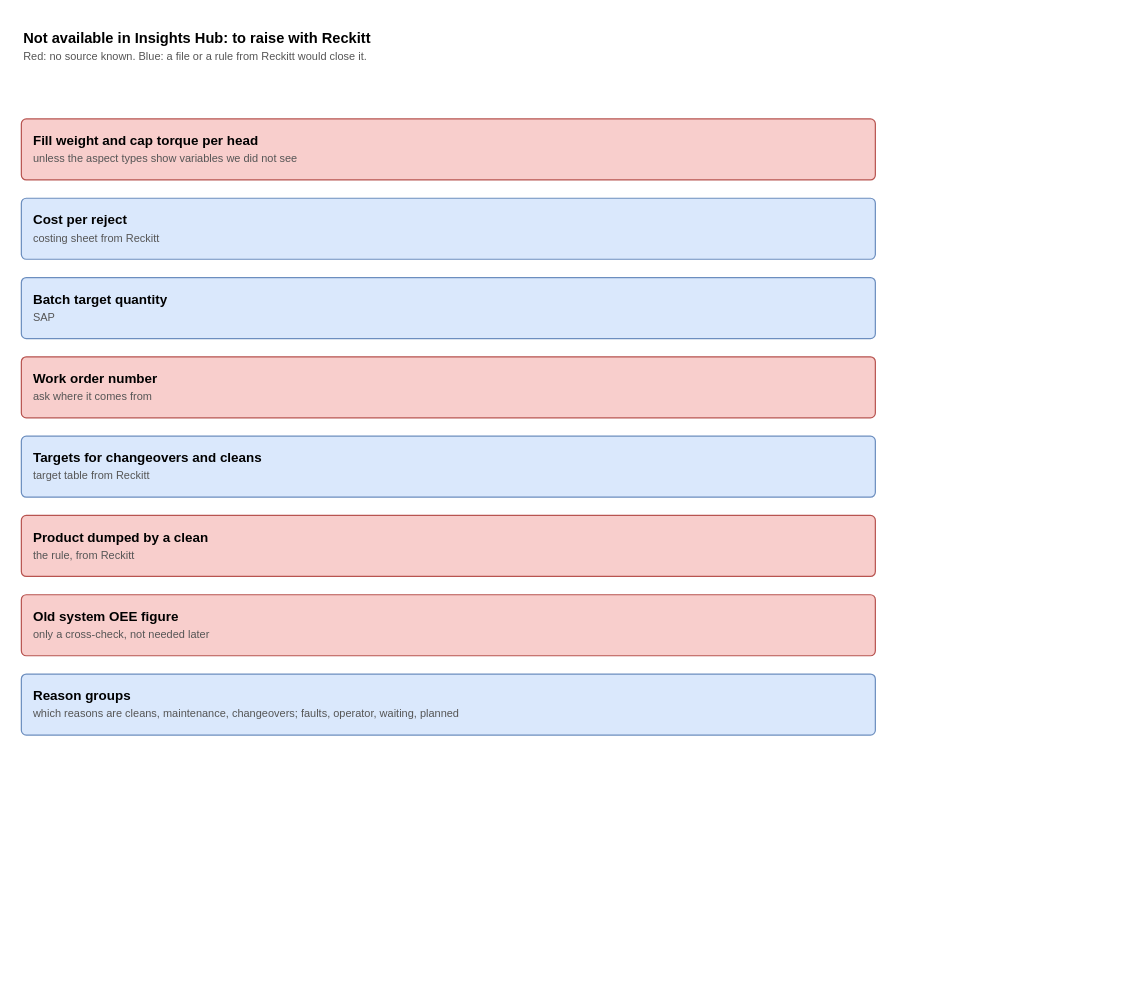
Above: page "Not available" (3 of 3) of diagrams/shift-report-data-map.drawio in AbiyyuMufti/SIH-IBMX-R (draw.io), before the change. Source tidied: cells renumbered, new cells numbered last; positions are measured from the earlier drawing's top-left corner, leaving out a move shared by most shapes. Both pictures are drawn from the tidied source at 122%, with x=0, y=0 at pixel (21, 21).
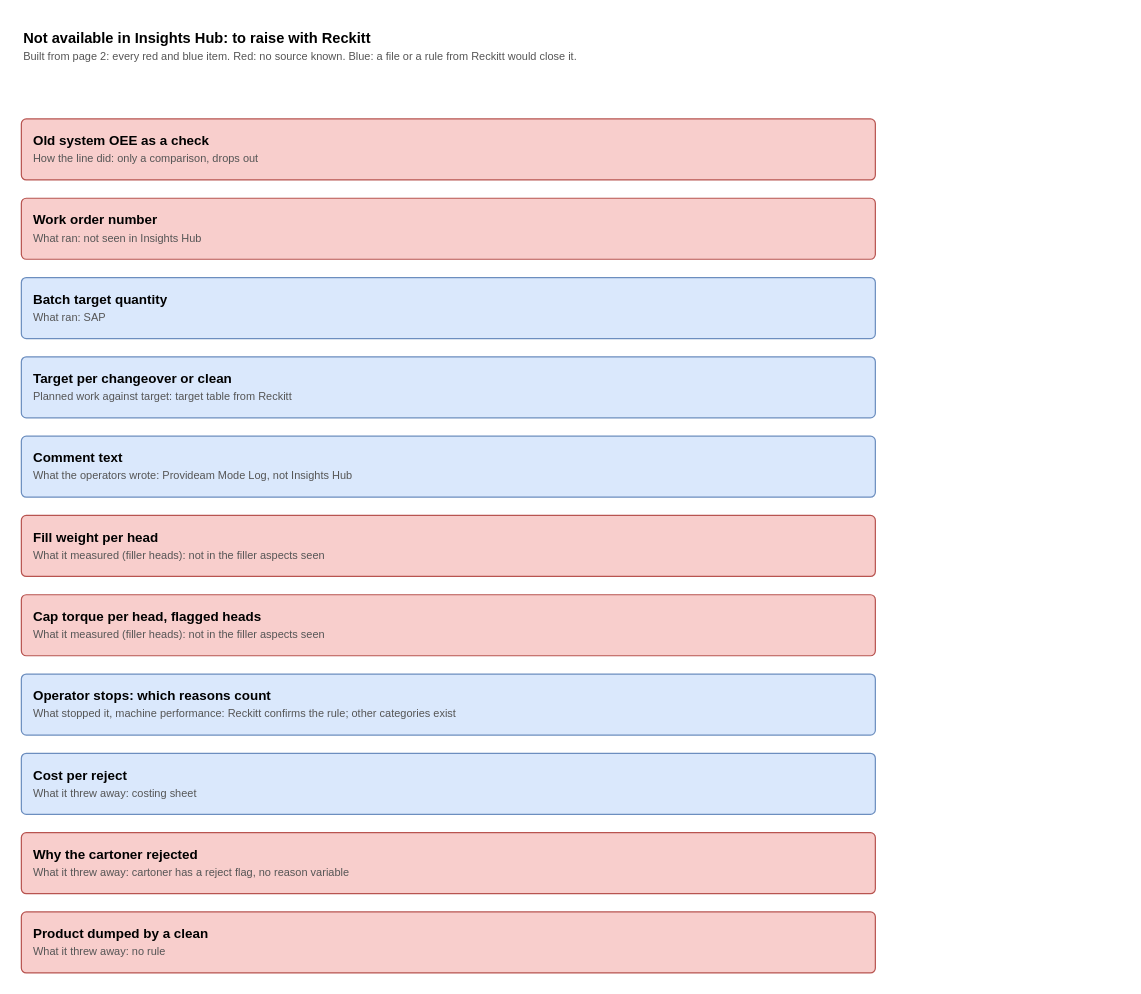
The same page after the edit.

Commit message (it also covers changes not shown here):
Shift report: re-check of the mapping, 3-table design, clearer overview diagram, probe script and its results

What changed in the source:
```diff
@@
 <mxGraphModel>
   <root>
     <mxCell id="0" />
     <mxCell id="1" parent="0" />
-    <mxCell id="2" value="&lt;b&gt;Not available in Insights Hub: to raise with Reckitt&lt;/b&gt;&lt;br&gt;&lt;font style=&quot;font-size:9px&quot; color=&quot;#555555&quot;&gt;Red: no source known. Blue: a file or a rule from Reckitt would close it.&lt;/font&gt;" style="text;html=1;whiteSpace=wrap;align=left;verticalAlign=top;fontSize=12;" parent="1" vertex="1">
+    <mxCell id="2" value="&lt;b&gt;Not available in Insights Hub: to raise with Reckitt&lt;/b&gt;&lt;br&gt;&lt;font style=&quot;font-size:9px&quot; color=&quot;#555555&quot;&gt;Built from page 2: every red and blue item. Red: no source known. Blue: a file or a rule from Reckitt would close it.&lt;/font&gt;" style="text;html=1;whiteSpace=wrap;align=left;verticalAlign=top;fontSize=12;" parent="1" vertex="1">
       <mxGeometry width="900" height="50" as="geometry" />
     </mxCell>
-    <mxCell id="3" value="&lt;b&gt;Fill weight and cap torque per head&lt;/b&gt;&lt;br&gt;&lt;font style=&quot;font-size:9px&quot; color=&quot;#555555&quot;&gt;unless the aspect types show variables we did not see&lt;/font&gt;" style="rounded=1;whiteSpace=wrap;html=1;align=left;verticalAlign=middle;spacingLeft=8;spacingRight=6;fontSize=11;arcSize=8;fillColor=#f8cecc;strokeColor=#b85450;" parent="1" vertex="1">
+    <mxCell id="3" value="&lt;b&gt;Old system OEE as a check&lt;/b&gt;&lt;br&gt;&lt;font style=&quot;font-size:9px&quot; color=&quot;#555555&quot;&gt;How the line did: only a comparison, drops out&lt;/font&gt;" style="rounded=1;whiteSpace=wrap;html=1;align=left;verticalAlign=middle;spacingLeft=8;spacingRight=6;fontSize=11;arcSize=8;fillColor=#f8cecc;strokeColor=#b85450;" parent="1" vertex="1">
       <mxGeometry y="80" width="700" height="50" as="geometry" />
     </mxCell>
-    <mxCell id="4" value="&lt;b&gt;Cost per reject&lt;/b&gt;&lt;br&gt;&lt;font style=&quot;font-size:9px&quot; color=&quot;#555555&quot;&gt;costing sheet from Reckitt&lt;/font&gt;" style="rounded=1;whiteSpace=wrap;html=1;align=left;verticalAlign=middle;spacingLeft=8;spacingRight=6;fontSize=11;arcSize=8;fillColor=#dae8fc;strokeColor=#6c8ebf;" parent="1" vertex="1">
+    <mxCell id="4" value="&lt;b&gt;Work order number&lt;/b&gt;&lt;br&gt;&lt;font style=&quot;font-size:9px&quot; color=&quot;#555555&quot;&gt;What ran: not seen in Insights Hub&lt;/font&gt;" style="rounded=1;whiteSpace=wrap;html=1;align=left;verticalAlign=middle;spacingLeft=8;spacingRight=6;fontSize=11;arcSize=8;fillColor=#f8cecc;strokeColor=#b85450;" parent="1" vertex="1">
       <mxGeometry y="145" width="700" height="50" as="geometry" />
     </mxCell>
-    <mxCell id="5" value="&lt;b&gt;Batch target quantity&lt;/b&gt;&lt;br&gt;&lt;font style=&quot;font-size:9px&quot; color=&quot;#555555&quot;&gt;SAP&lt;/font&gt;" style="rounded=1;whiteSpace=wrap;html=1;align=left;verticalAlign=middle;spacingLeft=8;spacingRight=6;fontSize=11;arcSize=8;fillColor=#dae8fc;strokeColor=#6c8ebf;" parent="1" vertex="1">
+    <mxCell id="5" value="&lt;b&gt;Batch target quantity&lt;/b&gt;&lt;br&gt;&lt;font style=&quot;font-size:9px&quot; color=&quot;#555555&quot;&gt;What ran: SAP&lt;/font&gt;" style="rounded=1;whiteSpace=wrap;html=1;align=left;verticalAlign=middle;spacingLeft=8;spacingRight=6;fontSize=11;arcSize=8;fillColor=#dae8fc;strokeColor=#6c8ebf;" parent="1" vertex="1">
       <mxGeometry y="210" width="700" height="50" as="geometry" />
     </mxCell>
-    <mxCell id="6" value="&lt;b&gt;Work order number&lt;/b&gt;&lt;br&gt;&lt;font style=&quot;font-size:9px&quot; color=&quot;#555555&quot;&gt;ask where it comes from&lt;/font&gt;" style="rounded=1;whiteSpace=wrap;html=1;align=left;verticalAlign=middle;spacingLeft=8;spacingRight=6;fontSize=11;arcSize=8;fillColor=#f8cecc;strokeColor=#b85450;" parent="1" vertex="1">
+    <mxCell id="6" value="&lt;b&gt;Target per changeover or clean&lt;/b&gt;&lt;br&gt;&lt;font style=&quot;font-size:9px&quot; color=&quot;#555555&quot;&gt;Planned work against target: target table from Reckitt&lt;/font&gt;" style="rounded=1;whiteSpace=wrap;html=1;align=left;verticalAlign=middle;spacingLeft=8;spacingRight=6;fontSize=11;arcSize=8;fillColor=#dae8fc;strokeColor=#6c8ebf;" parent="1" vertex="1">
       <mxGeometry y="275" width="700" height="50" as="geometry" />
     </mxCell>
-    <mxCell id="7" value="&lt;b&gt;Targets for changeovers and cleans&lt;/b&gt;&lt;br&gt;&lt;font style=&quot;font-size:9px&quot; color=&quot;#555555&quot;&gt;target table from Reckitt&lt;/font&gt;" style="rounded=1;whiteSpace=wrap;html=1;align=left;verticalAlign=middle;spacingLeft=8;spacingRight=6;fontSize=11;arcSize=8;fillColor=#dae8fc;strokeColor=#6c8ebf;" parent="1" vertex="1">
+    <mxCell id="7" value="&lt;b&gt;Comment text&lt;/b&gt;&lt;br&gt;&lt;font style=&quot;font-size:9px&quot; color=&quot;#555555&quot;&gt;What the operators wrote: Provideam Mode Log, not Insights Hub&lt;/font&gt;" style="rounded=1;whiteSpace=wrap;html=1;align=left;verticalAlign=middle;spacingLeft=8;spacingRight=6;fontSize=11;arcSize=8;fillColor=#dae8fc;strokeColor=#6c8ebf;" parent="1" vertex="1">
       <mxGeometry y="340" width="700" height="50" as="geometry" />
     </mxCell>
-    <mxCell id="8" value="&lt;b&gt;Product dumped by a clean&lt;/b&gt;&lt;br&gt;&lt;font style=&quot;font-size:9px&quot; color=&quot;#555555&quot;&gt;the rule, from Reckitt&lt;/font&gt;" style="rounded=1;whiteSpace=wrap;html=1;align=left;verticalAlign=middle;spacingLeft=8;spacingRight=6;fontSize=11;arcSize=8;fillColor=#f8cecc;strokeColor=#b85450;" parent="1" vertex="1">
+    <mxCell id="8" value="&lt;b&gt;Fill weight per head&lt;/b&gt;&lt;br&gt;&lt;font style=&quot;font-size:9px&quot; color=&quot;#555555&quot;&gt;What it measured (filler heads): not in the filler aspects seen&lt;/font&gt;" style="rounded=1;whiteSpace=wrap;html=1;align=left;verticalAlign=middle;spacingLeft=8;spacingRight=6;fontSize=11;arcSize=8;fillColor=#f8cecc;strokeColor=#b85450;" parent="1" vertex="1">
       <mxGeometry y="405" width="700" height="50" as="geometry" />
     </mxCell>
-    <mxCell id="9" value="&lt;b&gt;Old system OEE figure&lt;/b&gt;&lt;br&gt;&lt;font style=&quot;font-size:9px&quot; color=&quot;#555555&quot;&gt;only a cross-check, not needed later&lt;/font&gt;" style="rounded=1;whiteSpace=wrap;html=1;align=left;verticalAlign=middle;spacingLeft=8;spacingRight=6;fontSize=11;arcSize=8;fillColor=#f8cecc;strokeColor=#b85450;" parent="1" vertex="1">
+    <mxCell id="9" value="&lt;b&gt;Cap torque per head, flagged heads&lt;/b&gt;&lt;br&gt;&lt;font style=&quot;font-size:9px&quot; color=&quot;#555555&quot;&gt;What it measured (filler heads): not in the filler aspects seen&lt;/font&gt;" style="rounded=1;whiteSpace=wrap;html=1;align=left;verticalAlign=middle;spacingLeft=8;spacingRight=6;fontSize=11;arcSize=8;fillColor=#f8cecc;strokeColor=#b85450;" parent="1" vertex="1">
       <mxGeometry y="470" width="700" height="50" as="geometry" />
     </mxCell>
-    <mxCell id="10" value="&lt;b&gt;Reason groups&lt;/b&gt;&lt;br&gt;&lt;font style=&quot;font-size:9px&quot; color=&quot;#555555&quot;&gt;which reasons are cleans, maintenance, changeovers; faults, operator, waiting, planned&lt;/font&gt;" style="rounded=1;whiteSpace=wrap;html=1;align=left;verticalAlign=middle;spacingLeft=8;spacingRight=6;fontSize=11;arcSize=8;fillColor=#dae8fc;strokeColor=#6c8ebf;" parent="1" vertex="1">
+    <mxCell id="10" value="&lt;b&gt;Operator stops: which reasons count&lt;/b&gt;&lt;br&gt;&lt;font style=&quot;font-size:9px&quot; color=&quot;#555555&quot;&gt;What stopped it, machine performance: Reckitt confirms the rule; other categories exist&lt;/font&gt;" style="rounded=1;whiteSpace=wrap;html=1;align=left;verticalAlign=middle;spacingLeft=8;spacingRight=6;fontSize=11;arcSize=8;fillColor=#dae8fc;strokeColor=#6c8ebf;" parent="1" vertex="1">
       <mxGeometry y="535" width="700" height="50" as="geometry" />
     </mxCell>
+    <mxCell id="11" value="&lt;b&gt;Cost per reject&lt;/b&gt;&lt;br&gt;&lt;font style=&quot;font-size:9px&quot; color=&quot;#555555&quot;&gt;What it threw away: costing sheet&lt;/font&gt;" style="rounded=1;whiteSpace=wrap;html=1;align=left;verticalAlign=middle;spacingLeft=8;spacingRight=6;fontSize=11;arcSize=8;fillColor=#dae8fc;strokeColor=#6c8ebf;" parent="1" vertex="1">
+      <mxGeometry y="600" width="700" height="50" as="geometry" />
+    </mxCell>
+    <mxCell id="12" value="&lt;b&gt;Why the cartoner rejected&lt;/b&gt;&lt;br&gt;&lt;font style=&quot;font-size:9px&quot; color=&quot;#555555&quot;&gt;What it threw away: cartoner has a reject flag, no reason variable&lt;/font&gt;" style="rounded=1;whiteSpace=wrap;html=1;align=left;verticalAlign=middle;spacingLeft=8;spacingRight=6;fontSize=11;arcSize=8;fillColor=#f8cecc;strokeColor=#b85450;" parent="1" vertex="1">
+      <mxGeometry y="665" width="700" height="50" as="geometry" />
+    </mxCell>
+    <mxCell id="13" value="&lt;b&gt;Product dumped by a clean&lt;/b&gt;&lt;br&gt;&lt;font style=&quot;font-size:9px&quot; color=&quot;#555555&quot;&gt;What it threw away: no rule&lt;/font&gt;" style="rounded=1;whiteSpace=wrap;html=1;align=left;verticalAlign=middle;spacingLeft=8;spacingRight=6;fontSize=11;arcSize=8;fillColor=#f8cecc;strokeColor=#b85450;" parent="1" vertex="1">
+      <mxGeometry y="730" width="700" height="50" as="geometry" />
+    </mxCell>
   </root>
 </mxGraphModel>
```
